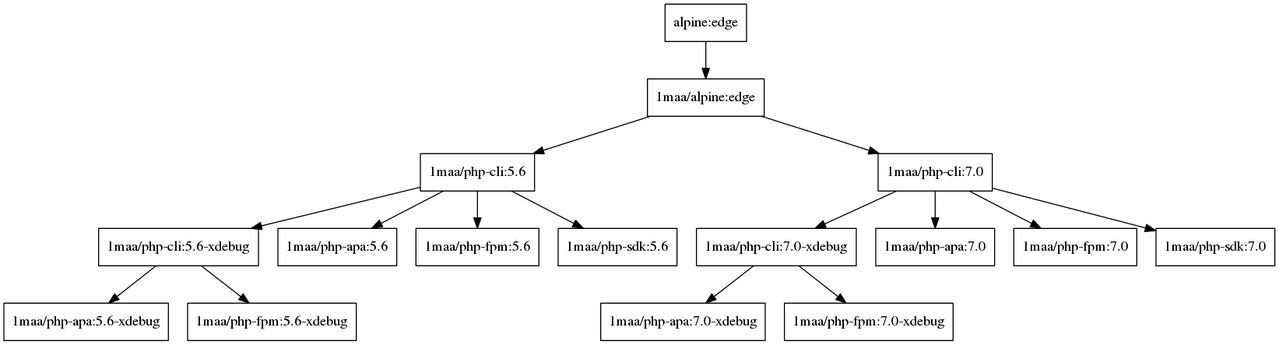
Before: php/map.png, a diagram exported from Graphviz (1ma/dockertronics). Its source is kept beside it as php/map.gv.
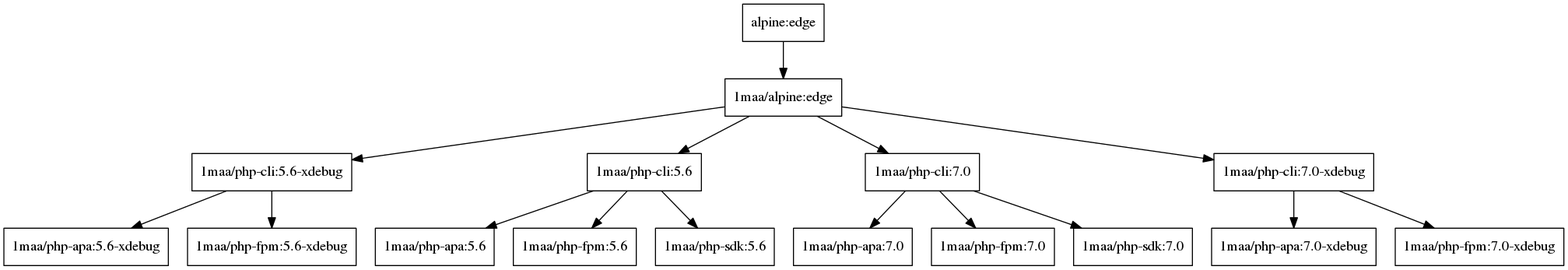
Later version of the same file.

The edit, as a diff of the source:
```diff
@@ -1,9 +1,9 @@
 digraph G {
     node [shape="box"];
     "alpine:edge" -> "1maa/alpine:edge";
-    "1maa/alpine:edge" -> "1maa/php-cli:5.6", "1maa/php-cli:7.0";
-    "1maa/php-cli:5.6" -> "1maa/php-cli:5.6-xdebug", "1maa/php-apa:5.6", "1maa/php-fpm:5.6", "1maa/php-sdk:5.6";
-    "1maa/php-cli:7.0" -> "1maa/php-cli:7.0-xdebug", "1maa/php-apa:7.0", "1maa/php-fpm:7.0", "1maa/php-sdk:7.0";
+    "1maa/alpine:edge" -> "1maa/php-cli:5.6-xdebug", "1maa/php-cli:5.6", "1maa/php-cli:7.0", "1maa/php-cli:7.0-xdebug";
+    "1maa/php-cli:5.6" -> "1maa/php-apa:5.6", "1maa/php-fpm:5.6", "1maa/php-sdk:5.6";
+    "1maa/php-cli:7.0" -> "1maa/php-apa:7.0", "1maa/php-fpm:7.0", "1maa/php-sdk:7.0";
     "1maa/php-cli:5.6-xdebug" -> "1maa/php-apa:5.6-xdebug", "1maa/php-fpm:5.6-xdebug";
     "1maa/php-cli:7.0-xdebug" -> "1maa/php-apa:7.0-xdebug", "1maa/php-fpm:7.0-xdebug";
 }
```
